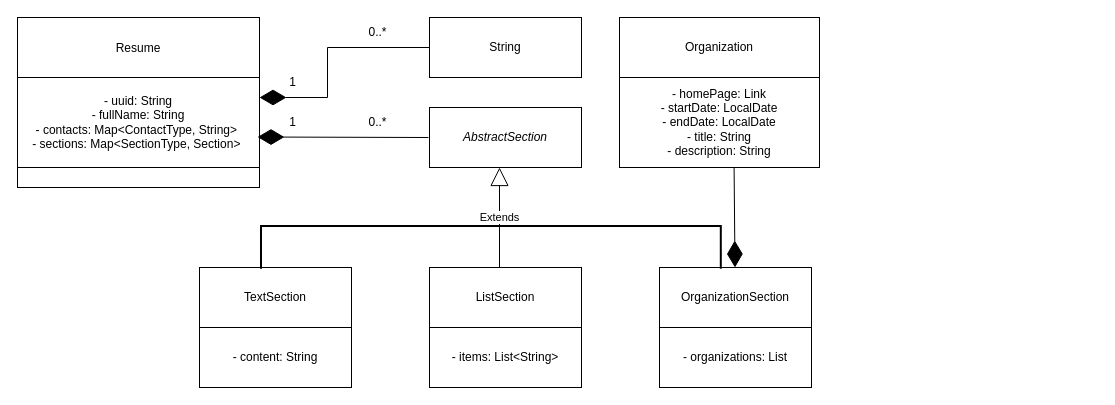
This is umlResume.drawio from Ilya547/resume_database, a draw.io file, before an edit. Source tidied: cells renumbered, new cells numbered last; positions are measured from the earlier drawing's top-left corner, leaving out a move shared by most shapes. Both pictures are drawn from the tidied source at 100%, with x=0, y=0 at pixel (17, 17).
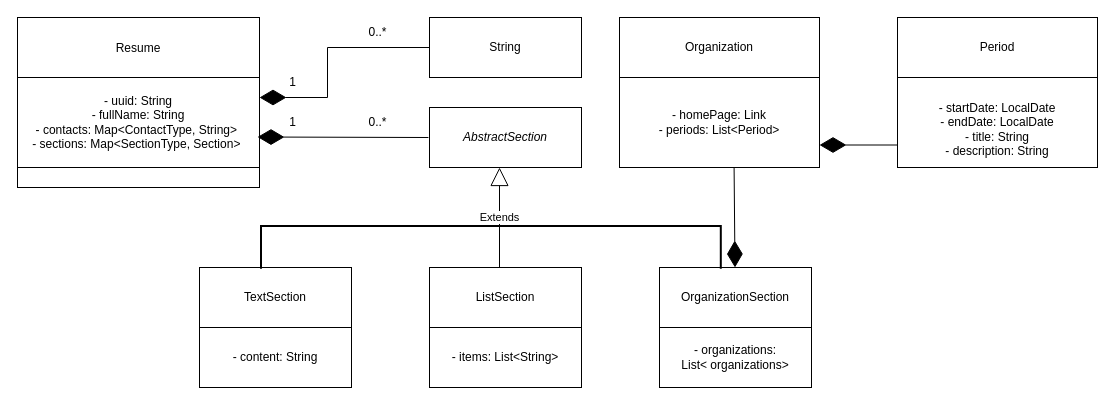
The same diagram, later.

The edit, as a diff of the source:
```diff
@@
-    <mxCell id="21" value="- organizations: List" style="rounded=0;whiteSpace=wrap;html=1;" parent="1" vertex="1">
+    <mxCell id="21" value="- organizations: List&amp;lt;&amp;nbsp;organizations&amp;gt;" style="rounded=0;whiteSpace=wrap;html=1;" parent="1" vertex="1">
       <mxGeometry x="642" y="310" width="152" height="60" as="geometry" />
     </mxCell>
@@
-    <mxCell id="25" value="- homePage: Link&lt;br&gt;- startDate: LocalDate&lt;br&gt;- endDate: LocalDate&lt;br&gt;- title: String&lt;br&gt;- description: String" style="rounded=0;whiteSpace=wrap;html=1;" parent="1" vertex="1">
+    <mxCell id="25" value="- homePage: Link&lt;br&gt;- periods: List&amp;lt;Period&amp;gt;" style="rounded=0;whiteSpace=wrap;html=1;" parent="1" vertex="1">
       <mxGeometry x="602" y="60" width="200" height="90" as="geometry" />
     </mxCell>
+    <mxCell id="26" value="Period" style="rounded=0;whiteSpace=wrap;html=1;" parent="1" vertex="1">
+      <mxGeometry x="880" width="200" height="60" as="geometry" />
+    </mxCell>
+    <mxCell id="27" value="&lt;br&gt;- startDate: LocalDate&lt;br&gt;- endDate: LocalDate&lt;br&gt;- title: String&lt;br&gt;- description: String" style="rounded=0;whiteSpace=wrap;html=1;" parent="1" vertex="1">
+      <mxGeometry x="880" y="60" width="200" height="90" as="geometry" />
+    </mxCell>
+    <mxCell id="28" style="endArrow=diamondThin;endFill=1;endSize=24;html=1;rounded=0;exitX=0;exitY=0.75;exitDx=0;exitDy=0;entryX=1;entryY=0.75;entryDx=0;entryDy=0;" parent="1" edge="1" source="27" target="25">
+      <mxGeometry relative="1" as="geometry" />
+    </mxCell>
```
